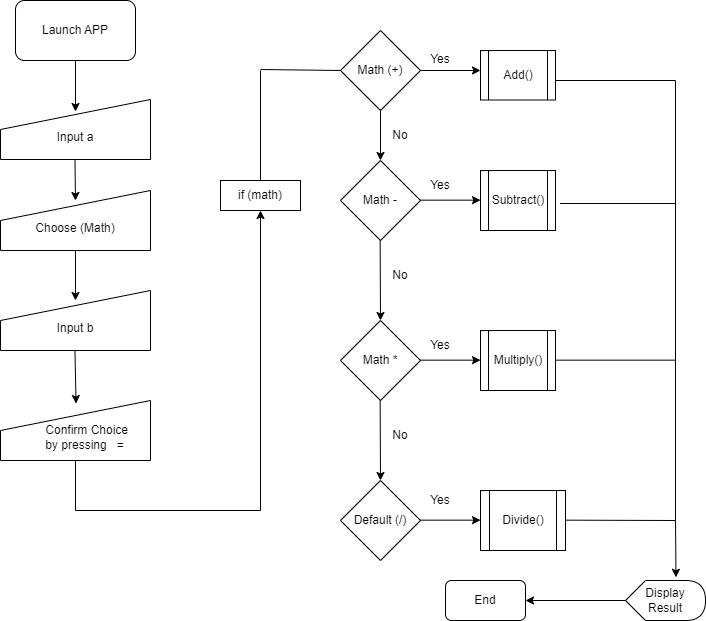
Earlier version of the draw.io export diagram.drawio.png (Tdaprogram/module4-calculator). Source tidied: cells renumbered, new cells last; positions are measured from the earlier drawing's top-left corner, leaving out a move shared by most shapes.
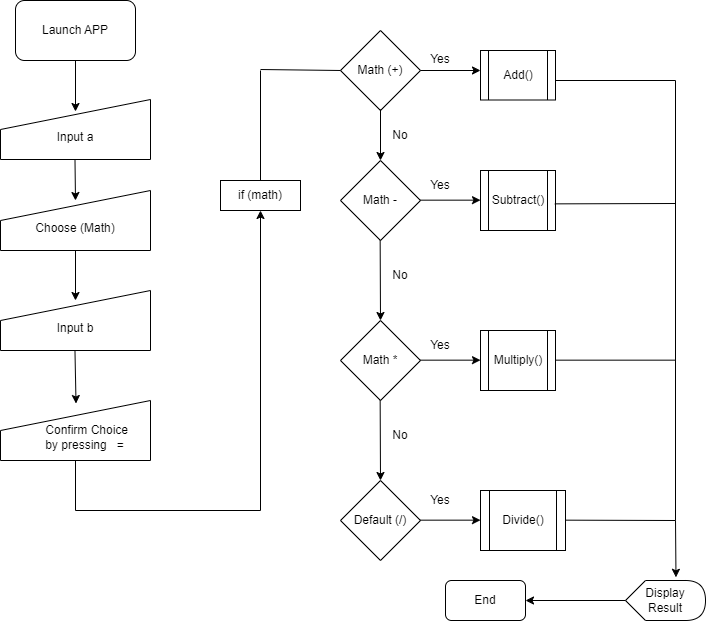
Above is the later version.

Commit message:
Flowchart Diagram completed and ready for Figma.

Diff of the diagram source:
```diff
@@ -168,7 +168,7 @@
         <mxPoint x="675" y="80" as="targetPoint" />
       </mxGeometry>
     </mxCell>
-    <mxCell id="42" style="endArrow=none;html=1;exitX=1.061;exitY=0.55;exitDx=0;exitDy=0;exitPerimeter=0;" parent="1" edge="1" source="16">
+    <mxCell id="42" style="endArrow=none;html=1;exitX=0.991;exitY=0.556;exitDx=0;exitDy=0;exitPerimeter=0;" parent="1" edge="1" source="16">
       <mxGeometry relative="1" as="geometry">
         <mxPoint x="675" y="203" as="targetPoint" />
       </mxGeometry>
```
